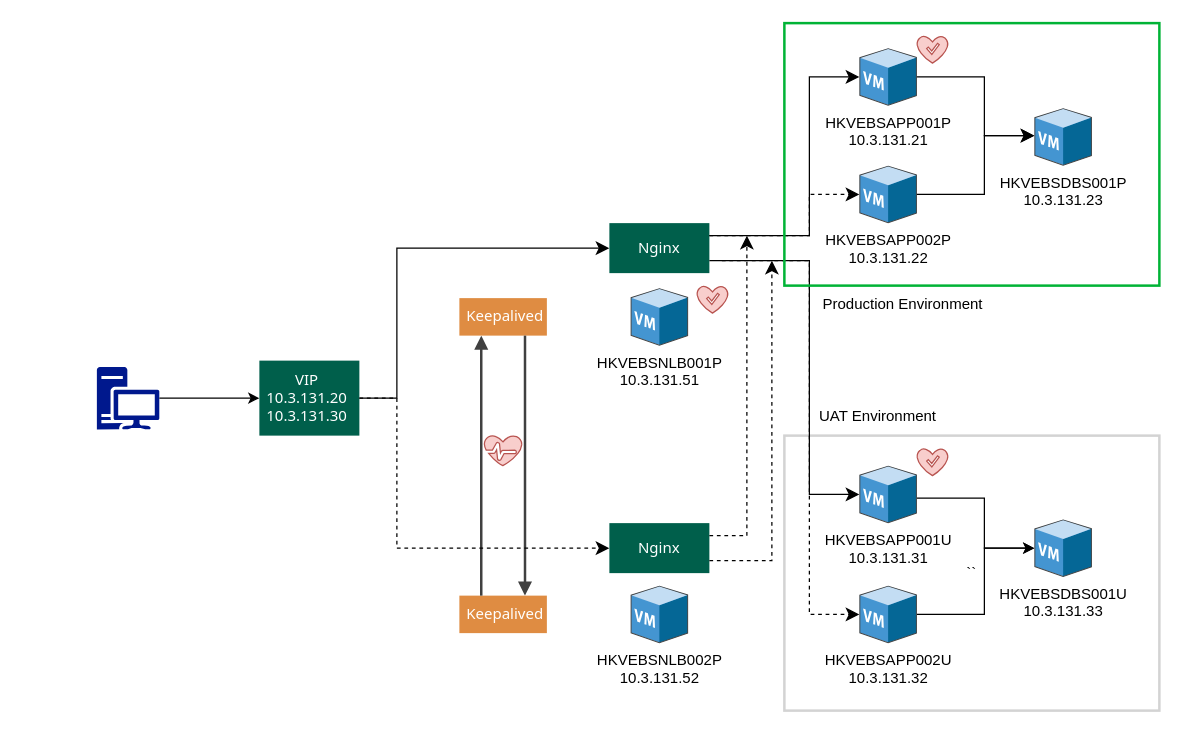
rwo001/FP keeps this draw.io diagram as EBS.drawio. Above is the earlier version. Source tidied: cells renumbered, new cells numbered last; positions are measured from the earlier drawing's top-left corner, leaving out a move shared by most shapes. Both pictures are drawn from the tidied source at 125%, with x=0, y=0 at pixel (96, 22).
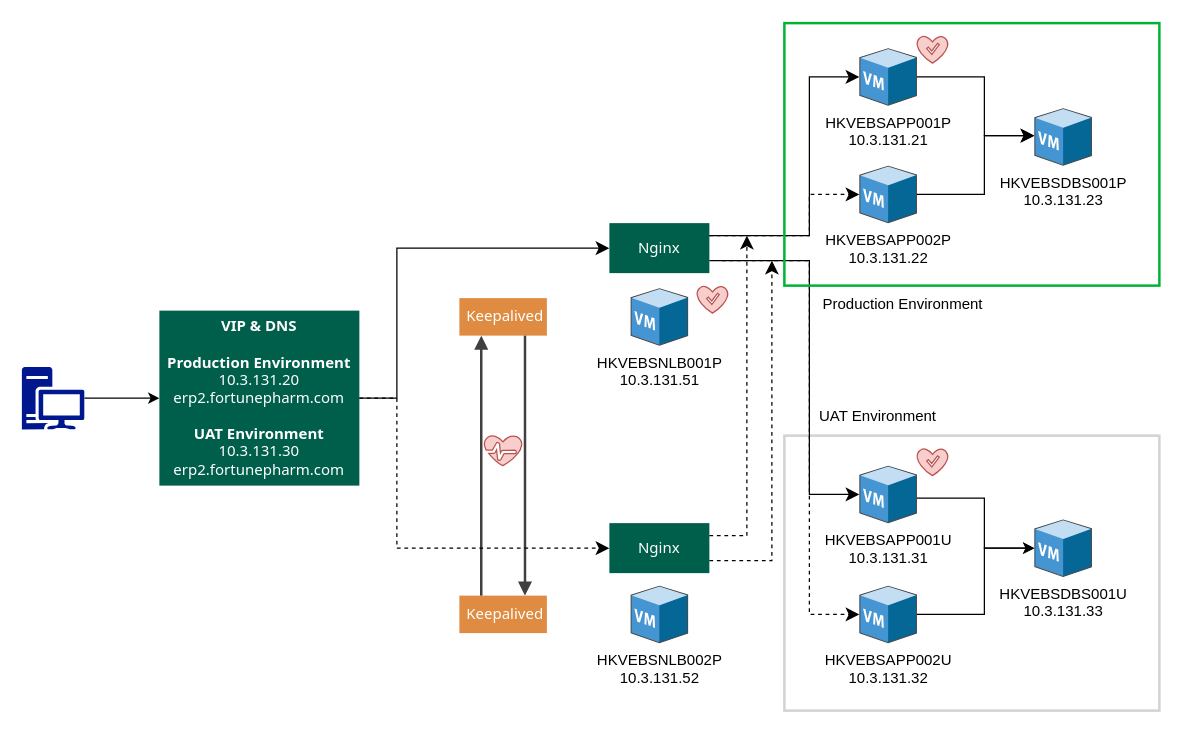
The same page after the edit.

Change to the diagram source:
```diff
@@
-    <mxCell id="2" value="``" style="rounded=0;whiteSpace=wrap;html=1;fillColor=none;strokeColor=#d3d3d3;strokeWidth=2;" parent="1" vertex="1">
+    <mxCell id="2" style="rounded=0;whiteSpace=wrap;html=1;fillColor=none;strokeColor=#d3d3d3;strokeWidth=2;" parent="1" vertex="1">
       <mxGeometry x="550" y="330" width="300" height="220" as="geometry" />
     </mxCell>
-    <mxCell id="3" value="&lt;div style=&quot;text-align: center;&quot;&gt;&lt;span style=&quot;background-color: transparent; color: light-dark(rgb(255, 255, 255), rgb(18, 18, 18));&quot;&gt;VIP&lt;/span&gt;&lt;/div&gt;&lt;div&gt;10.3.131.20&lt;/div&gt;&lt;div&gt;10.3.131.30&lt;/div&gt;" style="align=left;verticalAlign=middle;fontFamily=Tahoma;fillColor=#005f4b;strokeColor=none;fontColor=#ffffff;strokeWidth=2;html=1;whiteSpace=wrap;spacing=6;fontStyle=0;" parent="1" vertex="1">
-      <mxGeometry x="130" y="270" width="80" height="60" as="geometry" />
+    <mxCell id="3" value="&lt;div style=&quot;&quot;&gt;&lt;span style=&quot;background-color: transparent; color: light-dark(rgb(255, 255, 255), rgb(18, 18, 18));&quot;&gt;&lt;b&gt;VIP &amp;amp; DNS&lt;br&gt;&lt;br&gt;Production Environment&lt;/b&gt;&lt;/span&gt;&lt;/div&gt;&lt;div style=&quot;&quot;&gt;&lt;span style=&quot;background-color: transparent; color: light-dark(rgb(255, 255, 255), rgb(18, 18, 18));&quot;&gt;10.3.131.20&lt;/span&gt;&lt;/div&gt;&lt;div&gt;erp2.fortunepharm.com&lt;br&gt;&lt;br&gt;&lt;/div&gt;&lt;div&gt;&lt;div&gt;&lt;span style=&quot;background-color: transparent; color: light-dark(rgb(255, 255, 255), rgb(18, 18, 18));&quot;&gt;&lt;b&gt;UAT Environment&lt;/b&gt;&lt;/span&gt;&lt;/div&gt;&lt;div&gt;10.3.131.30&lt;br&gt;erp2.fortunepharm.com&lt;/div&gt;&lt;/div&gt;" style="align=center;verticalAlign=middle;fontFamily=Tahoma;fillColor=#005f4b;strokeColor=none;fontColor=#ffffff;strokeWidth=2;html=1;whiteSpace=wrap;spacing=6;fontStyle=0;" parent="1" vertex="1">
+      <mxGeometry x="50" y="230" width="160" height="140" as="geometry" />
     </mxCell>
@@
     <mxCell id="11" style="sketch=0;shadow=0;dashed=0;html=1;strokeColor=none;labelPosition=center;verticalLabelPosition=bottom;verticalAlign=top;align=center;fillColor=#00188D;shape=mxgraph.mscae.enterprise.workstation_client;" parent="1" vertex="1">
-      <mxGeometry y="275" width="50" height="50" as="geometry" />
+      <mxGeometry x="-60" y="275" width="50" height="50" as="geometry" />
     </mxCell>
```
